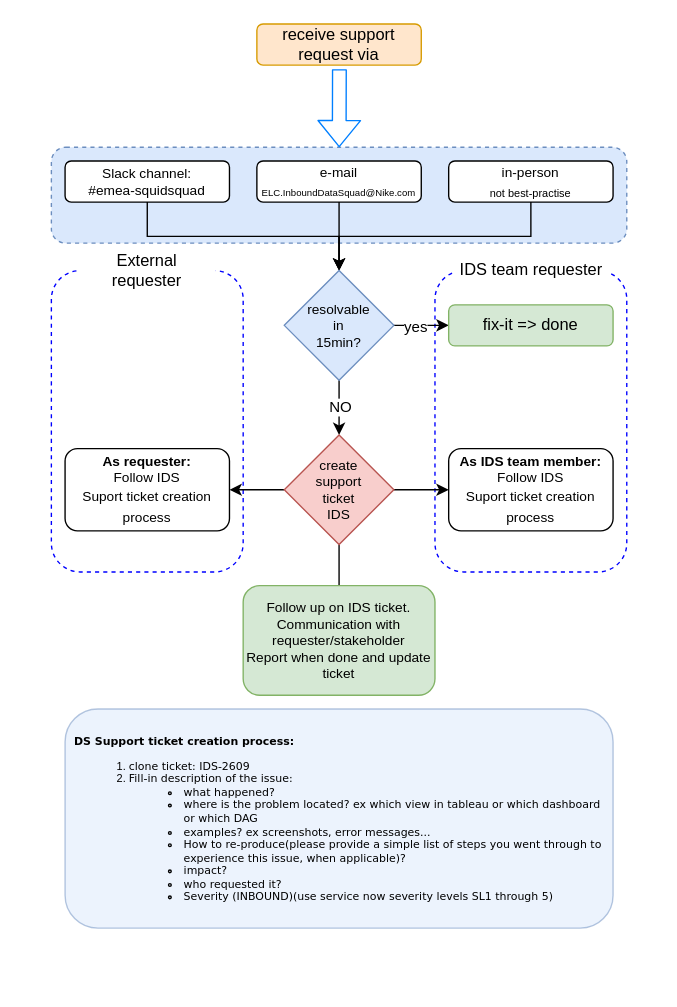
The draw.io diagram support-flow-ids.drawio in Vortex-ict/test-repo, before the edit. Source tidied: cells renumbered, new cells numbered last; positions are measured from the earlier drawing's top-left corner, leaving out a move shared by most shapes. Both pictures are drawn from the tidied source at 137%, with x=0, y=0 at pixel (51, 23).
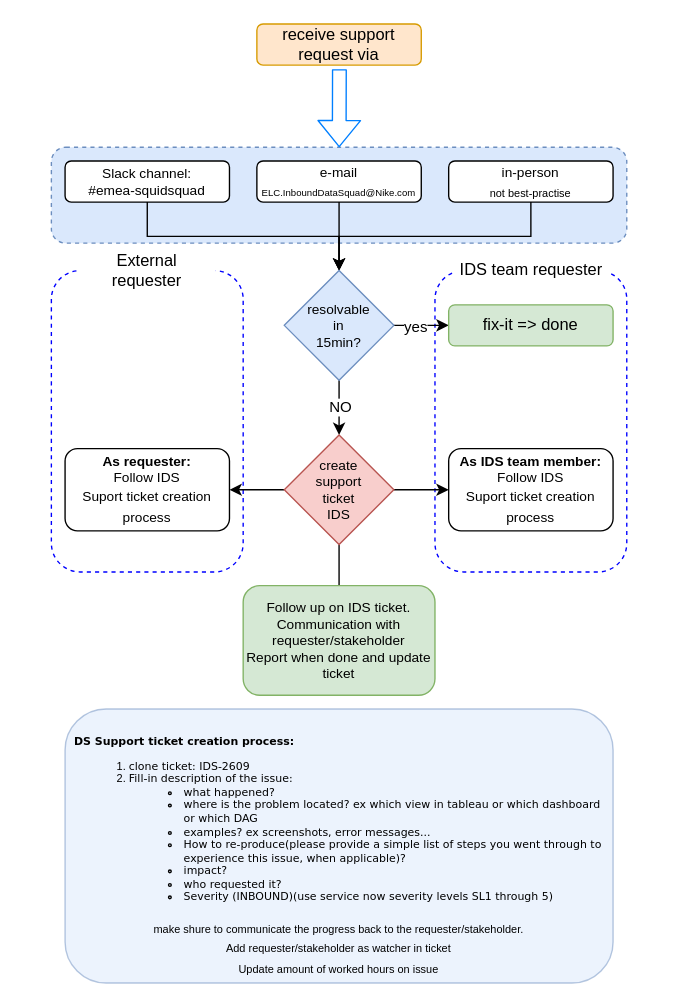
Above is the later version.

What changed in the source:
```diff
@@
     <mxCell id="2" style="rounded=1;whiteSpace=wrap;html=1;strokeColor=#6c8ebf;fillColor=#dae8fc;opacity=50;" parent="1" vertex="1">
-      <mxGeometry x="10" y="500" width="400" height="160" as="geometry" />
+      <mxGeometry x="10" y="500" width="400" height="200" as="geometry" />
     </mxCell>
@@
+    <mxCell id="30" value="&lt;div&gt;&lt;font style=&quot;font-size: 8px&quot;&gt;make shure to communicate the progress back to the requester/stakeholder. &lt;br&gt;&lt;/font&gt;&lt;/div&gt;&lt;div&gt;&lt;font style=&quot;font-size: 8px&quot;&gt;Add requester/stakeholder as watcher in ticket&lt;/font&gt;&lt;/div&gt;&lt;div&gt;&lt;font style=&quot;font-size: 8px&quot;&gt;Update amount of worked hours on issue&lt;br&gt;&lt;/font&gt;&lt;/div&gt;" style="text;html=1;strokeColor=none;fillColor=none;align=center;verticalAlign=middle;whiteSpace=wrap;rounded=0;opacity=50;" parent="1" vertex="1">
+      <mxGeometry x="-20" y="664" width="460" height="20" as="geometry" />
+    </mxCell>
```
